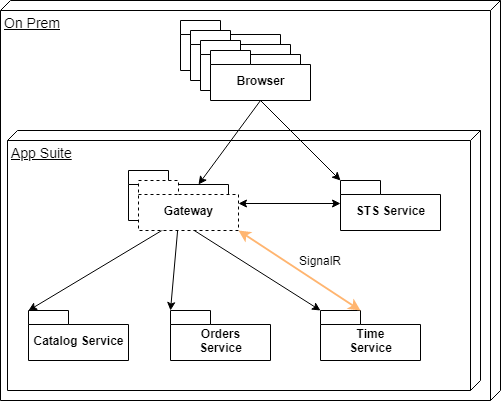
This is docs/assets/system-context.png from thomasduft/apigateway, a draw.io export, as it was before one commit. Source tidied: cells renumbered, new cells last; positions are measured from the earlier drawing's top-left corner, leaving out a move shared by most shapes. Its diagram source:
```xml
<mxGraphModel>
  <root>
    <mxCell id="0" />
    <mxCell id="1" parent="0" />
    <mxCell id="2" value="&lt;font style=&quot;font-size: 14px&quot;&gt;On Prem&lt;/font&gt;" style="verticalAlign=top;align=left;spacingTop=8;spacingLeft=2;spacingRight=12;shape=cube;size=10;direction=south;fontStyle=4;html=1;" parent="1" vertex="1">
      <mxGeometry width="500" height="400" as="geometry" />
    </mxCell>
    <mxCell id="3" value="&lt;font style=&quot;font-size: 14px&quot;&gt;App Suite&lt;/font&gt;" style="verticalAlign=top;align=left;spacingTop=8;spacingLeft=2;spacingRight=12;shape=cube;size=10;direction=south;fontStyle=4;html=1;" parent="1" vertex="1">
      <mxGeometry x="7" y="130" width="473" height="260" as="geometry" />
    </mxCell>
    <mxCell id="4" value="STS Service" style="shape=folder;fontStyle=1;spacingTop=10;tabWidth=40;tabHeight=14;tabPosition=left;html=1;" parent="1" vertex="1">
      <mxGeometry x="340" y="180" width="100" height="50" as="geometry" />
    </mxCell>
    <mxCell id="5" value="Browser" style="shape=folder;fontStyle=1;spacingTop=10;tabWidth=40;tabHeight=14;tabPosition=left;html=1;" parent="1" vertex="1">
      <mxGeometry x="180" y="20" width="100" height="50" as="geometry" />
    </mxCell>
    <mxCell id="6" value="Browser" style="shape=folder;fontStyle=1;spacingTop=10;tabWidth=40;tabHeight=14;tabPosition=left;html=1;" parent="1" vertex="1">
      <mxGeometry x="190" y="30" width="100" height="50" as="geometry" />
    </mxCell>
    <mxCell id="7" value="Browser" style="shape=folder;fontStyle=1;spacingTop=10;tabWidth=40;tabHeight=14;tabPosition=left;html=1;" parent="1" vertex="1">
      <mxGeometry x="200" y="40" width="100" height="50" as="geometry" />
    </mxCell>
    <mxCell id="8" value="Browser" style="shape=folder;fontStyle=1;spacingTop=10;tabWidth=40;tabHeight=14;tabPosition=left;html=1;" parent="1" vertex="1">
      <mxGeometry x="210" y="50" width="100" height="50" as="geometry" />
    </mxCell>
    <mxCell id="9" value="API Gateway" style="shape=folder;fontStyle=1;spacingTop=10;tabWidth=40;tabHeight=14;tabPosition=left;html=1;" parent="1" vertex="1">
      <mxGeometry x="128" y="170" width="100" height="50" as="geometry" />
    </mxCell>
    <mxCell id="10" value="Catalog Service" style="shape=folder;fontStyle=1;spacingTop=10;tabWidth=40;tabHeight=14;tabPosition=left;html=1;" parent="1" vertex="1">
      <mxGeometry x="28" y="310" width="100" height="50" as="geometry" />
    </mxCell>
    <mxCell id="11" value="Orders&lt;br&gt;Service" style="shape=folder;fontStyle=1;spacingTop=10;tabWidth=40;tabHeight=14;tabPosition=left;html=1;" parent="1" vertex="1">
      <mxGeometry x="170" y="310" width="100" height="50" as="geometry" />
    </mxCell>
    <mxCell id="12" value="Time&lt;br&gt;Service" style="shape=folder;fontStyle=1;spacingTop=10;tabWidth=40;tabHeight=14;tabPosition=left;html=1;" parent="1" vertex="1">
      <mxGeometry x="320" y="310" width="100" height="50" as="geometry" />
    </mxCell>
    <mxCell id="13" style="endArrow=classic;startArrow=classic;html=1;entryX=0.5;entryY=1;entryDx=0;entryDy=0;entryPerimeter=0;exitX=0;exitY=0;exitDx=0;exitDy=0;exitPerimeter=0;" parent="1" edge="1" source="10" target="9">
      <mxGeometry relative="1" as="geometry" />
    </mxCell>
    <mxCell id="14" style="endArrow=classic;startArrow=classic;html=1;entryX=0.5;entryY=1;entryDx=0;entryDy=0;entryPerimeter=0;exitX=0;exitY=0;exitDx=0;exitDy=0;exitPerimeter=0;" parent="1" edge="1" source="11" target="9">
      <mxGeometry relative="1" as="geometry" />
    </mxCell>
    <mxCell id="15" style="endArrow=classic;startArrow=classic;html=1;entryX=0.5;entryY=1;entryDx=0;entryDy=0;entryPerimeter=0;exitX=0;exitY=0;exitDx=0;exitDy=0;exitPerimeter=0;" parent="1" edge="1" source="12" target="9">
      <mxGeometry relative="1" as="geometry" />
    </mxCell>
    <mxCell id="16" style="endArrow=classic;html=1;entryX=0;entryY=0;entryDx=0;entryDy=0;entryPerimeter=0;exitX=0.5;exitY=1;exitDx=0;exitDy=0;exitPerimeter=0;" parent="1" edge="1" source="8" target="4">
      <mxGeometry relative="1" as="geometry" />
    </mxCell>
    <mxCell id="17" style="endArrow=classic;startArrow=classic;html=1;entryX=0;entryY=0;entryDx=0;entryDy=23;entryPerimeter=0;exitX=0;exitY=0;exitDx=100;exitDy=23;exitPerimeter=0;" parent="1" edge="1" source="19" target="4">
      <mxGeometry relative="1" as="geometry" />
    </mxCell>
    <mxCell id="18" style="endArrow=classic;html=1;exitX=0.5;exitY=1;exitDx=0;exitDy=0;exitPerimeter=0;entryX=0;entryY=0;entryDx=70;entryDy=14;entryPerimeter=0;" parent="1" edge="1" source="8" target="9">
      <mxGeometry relative="1" as="geometry" />
    </mxCell>
    <mxCell id="19" value="Gateway" style="shape=folder;fontStyle=1;spacingTop=10;tabWidth=40;tabHeight=14;tabPosition=left;html=1;dashed=1;" parent="1" vertex="1">
      <mxGeometry x="138" y="180" width="100" height="50" as="geometry" />
    </mxCell>
    <mxCell id="20" style="endArrow=classic;startArrow=classic;html=1;entryX=0;entryY=0;entryDx=100;entryDy=50;entryPerimeter=0;exitX=0;exitY=0;exitDx=40;exitDy=0;exitPerimeter=0;strokeColor=#FFB570;strokeWidth=2;" parent="1" edge="1" source="12" target="19">
      <mxGeometry relative="1" as="geometry" />
    </mxCell>
    <mxCell id="21" value="SignalR" style="text;html=1;strokeColor=none;fillColor=none;align=center;verticalAlign=middle;whiteSpace=wrap;rounded=0;" parent="1" vertex="1">
      <mxGeometry x="300" y="250" width="40" height="20" as="geometry" />
    </mxCell>
  </root>
</mxGraphModel>
```
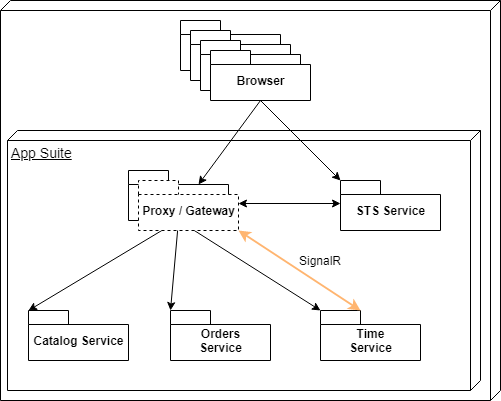
The same file after the commit.

Change to the diagram source:
```diff
@@ -2,7 +2,7 @@
   <root>
     <mxCell id="0" />
     <mxCell id="1" parent="0" />
-    <mxCell id="2" value="&lt;font style=&quot;font-size: 14px&quot;&gt;On Prem&lt;/font&gt;" style="verticalAlign=top;align=left;spacingTop=8;spacingLeft=2;spacingRight=12;shape=cube;size=10;direction=south;fontStyle=4;html=1;" parent="1" vertex="1">
+    <mxCell id="2" style="verticalAlign=top;align=left;spacingTop=8;spacingLeft=2;spacingRight=12;shape=cube;size=10;direction=south;fontStyle=4;html=1;" parent="1" vertex="1">
       <mxGeometry width="500" height="400" as="geometry" />
     </mxCell>
     <mxCell id="3" value="&lt;font style=&quot;font-size: 14px&quot;&gt;App Suite&lt;/font&gt;" style="verticalAlign=top;align=left;spacingTop=8;spacingLeft=2;spacingRight=12;shape=cube;size=10;direction=south;fontStyle=4;html=1;" parent="1" vertex="1">
@@ -53,7 +53,7 @@
     <mxCell id="18" style="endArrow=classic;html=1;exitX=0.5;exitY=1;exitDx=0;exitDy=0;exitPerimeter=0;entryX=0;entryY=0;entryDx=70;entryDy=14;entryPerimeter=0;" parent="1" edge="1" source="8" target="9">
       <mxGeometry relative="1" as="geometry" />
     </mxCell>
-    <mxCell id="19" value="Gateway" style="shape=folder;fontStyle=1;spacingTop=10;tabWidth=40;tabHeight=14;tabPosition=left;html=1;dashed=1;" parent="1" vertex="1">
+    <mxCell id="19" value="Proxy / Gateway" style="shape=folder;fontStyle=1;spacingTop=10;tabWidth=40;tabHeight=14;tabPosition=left;html=1;dashed=1;" parent="1" vertex="1">
       <mxGeometry x="138" y="180" width="100" height="50" as="geometry" />
     </mxCell>
     <mxCell id="20" style="endArrow=classic;startArrow=classic;html=1;entryX=0;entryY=0;entryDx=100;entryDy=50;entryPerimeter=0;exitX=0;exitY=0;exitDx=40;exitDy=0;exitPerimeter=0;strokeColor=#FFB570;strokeWidth=2;" parent="1" edge="1" source="12" target="19">
```
